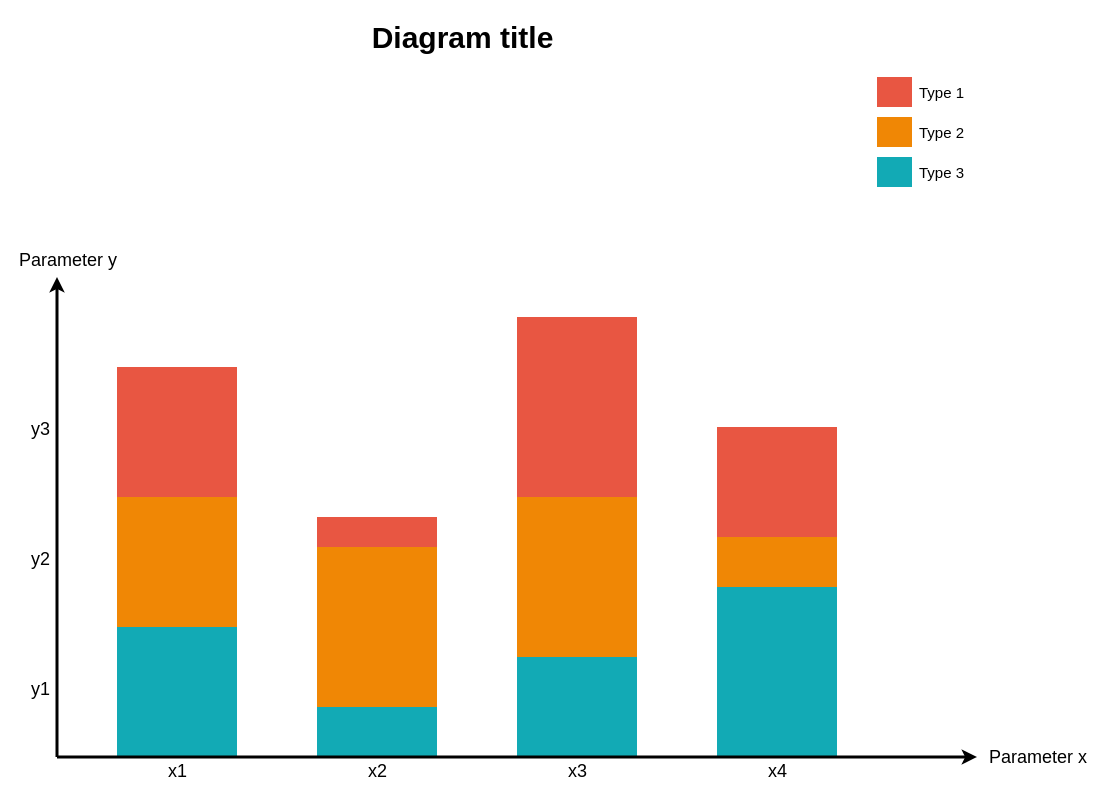
cubxxw/awesome-cs-cloudnative-blockchain keeps this draw.io diagram as assets/Untitled Diagram.drawio. Above is the earlier version. Source tidied: cells renumbered, new cells numbered last; positions are measured from the earlier drawing's top-left corner, leaving out a move shared by most shapes. Both pictures are drawn from the tidied source at 100%, with x=0, y=0 at pixel (17, 16).
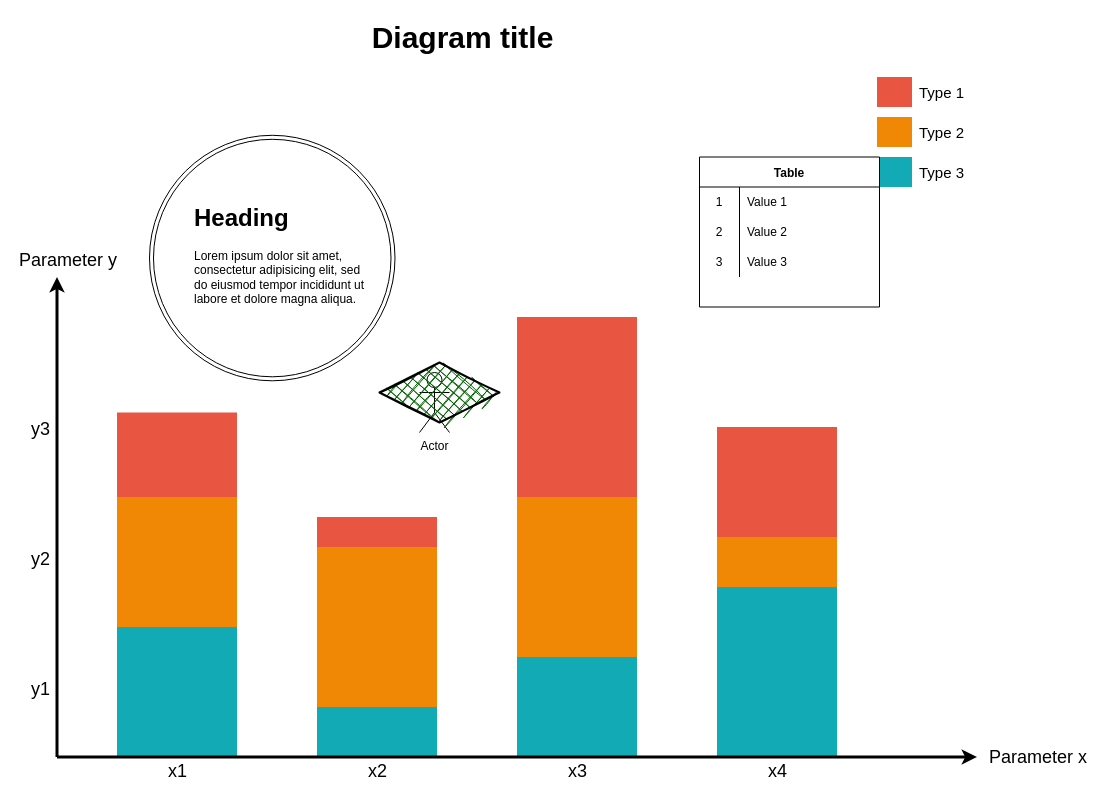
The same page after the edit.

The edit, as a diff of the source:
```diff
@@
     <mxCell id="8" style="whiteSpace=wrap;fillColor=#E85642;gradientColor=none;gradientDirection=east;strokeColor=none;html=1;fontColor=#23445d;" parent="1" vertex="1">
-      <mxGeometry x="99.5" y="350.5" width="120" height="130" as="geometry" />
+      <mxGeometry x="99.5" y="396" width="120" height="84.5" as="geometry" />
     </mxCell>
@@
+    <mxCell id="32" style="ellipse;shape=doubleEllipse;whiteSpace=wrap;html=1;direction=west;" parent="1" vertex="1">
+      <mxGeometry x="132" y="118.8" width="245.5" height="245.5" as="geometry" />
+    </mxCell>
+    <mxCell id="33" value="&lt;h1&gt;Heading&lt;/h1&gt;&lt;p&gt;Lorem ipsum dolor sit amet, consectetur adipisicing elit, sed do eiusmod tempor incididunt ut labore et dolore magna aliqua.&lt;/p&gt;" style="text;html=1;strokeColor=none;fillColor=none;spacing=5;spacingTop=-20;whiteSpace=wrap;overflow=hidden;rounded=0;" parent="1" vertex="1">
+      <mxGeometry x="172" y="181.5" width="190" height="120" as="geometry" />
+    </mxCell>
+    <mxCell id="34" value="Actor" style="shape=umlActor;verticalLabelPosition=bottom;verticalAlign=top;html=1;" parent="1" vertex="1">
+      <mxGeometry x="402" y="356" width="30" height="60" as="geometry" />
+    </mxCell>
+    <mxCell id="35" value="Table" style="shape=table;startSize=30;childLayout=tableLayout;rowLines=0;fontStyle=1;" parent="1" vertex="1">
+      <mxGeometry x="682" y="140.5" width="180" height="150" as="geometry" />
+    </mxCell>
+    <mxCell id="36" style="shape=tableRow;horizontal=0;startSize=0;swimlaneHead=0;swimlaneBody=0;top=0;left=0;bottom=0;right=0;fillColor=none;" parent="35" vertex="1">
+      <mxGeometry y="30" width="180" height="30" as="geometry" />
+    </mxCell>
+    <mxCell id="37" value="1" style="shape=partialRectangle;html=1;whiteSpace=wrap;fillColor=none;top=0;left=0;bottom=0;right=0;overflow=hidden;" parent="36" vertex="1">
+      <mxGeometry width="40" height="30" as="geometry" />
+    </mxCell>
+    <mxCell id="38" value="Value 1" style="shape=partialRectangle;html=1;whiteSpace=wrap;fillColor=none;top=0;left=0;bottom=0;right=0;align=left;spacingLeft=6;overflow=hidden;" parent="36" vertex="1">
+      <mxGeometry x="40" width="140" height="30" as="geometry" />
+    </mxCell>
+    <mxCell id="39" style="shape=tableRow;horizontal=0;startSize=0;swimlaneHead=0;swimlaneBody=0;top=0;left=0;bottom=0;right=0;fillColor=none;" parent="35" vertex="1">
+      <mxGeometry y="60" width="180" height="30" as="geometry" />
+    </mxCell>
+    <mxCell id="40" value="2" style="shape=partialRectangle;html=1;whiteSpace=wrap;fillColor=none;top=0;left=0;bottom=0;right=0;overflow=hidden;" parent="39" vertex="1">
+      <mxGeometry width="40" height="30" as="geometry" />
+    </mxCell>
+    <mxCell id="41" value="Value 2" style="shape=partialRectangle;html=1;whiteSpace=wrap;fillColor=none;top=0;left=0;bottom=0;right=0;align=left;spacingLeft=6;overflow=hidden;" parent="39" vertex="1">
+      <mxGeometry x="40" width="140" height="30" as="geometry" />
+    </mxCell>
+    <mxCell id="42" style="shape=tableRow;horizontal=0;startSize=0;swimlaneHead=0;swimlaneBody=0;top=0;left=0;bottom=0;right=0;fillColor=none;" parent="35" vertex="1">
+      <mxGeometry y="90" width="180" height="30" as="geometry" />
+    </mxCell>
+    <mxCell id="43" value="3" style="shape=partialRectangle;html=1;whiteSpace=wrap;fillColor=none;top=0;left=0;bottom=0;right=0;overflow=hidden;" parent="42" vertex="1">
+      <mxGeometry width="40" height="30" as="geometry" />
+    </mxCell>
+    <mxCell id="44" value="Value 3" style="shape=partialRectangle;html=1;whiteSpace=wrap;fillColor=none;top=0;left=0;bottom=0;right=0;align=left;spacingLeft=6;overflow=hidden;" parent="42" vertex="1">
+      <mxGeometry x="40" width="140" height="30" as="geometry" />
+    </mxCell>
+    <mxCell id="45" style="rhombus;whiteSpace=wrap;html=1;strokeWidth=2;fillWeight=-1;hachureGap=8;fillStyle=cross-hatch;fillColor=#006600;sketch=1;" parent="1" vertex="1">
+      <mxGeometry x="362" y="346" width="120" height="60" as="geometry" />
+    </mxCell>
```
